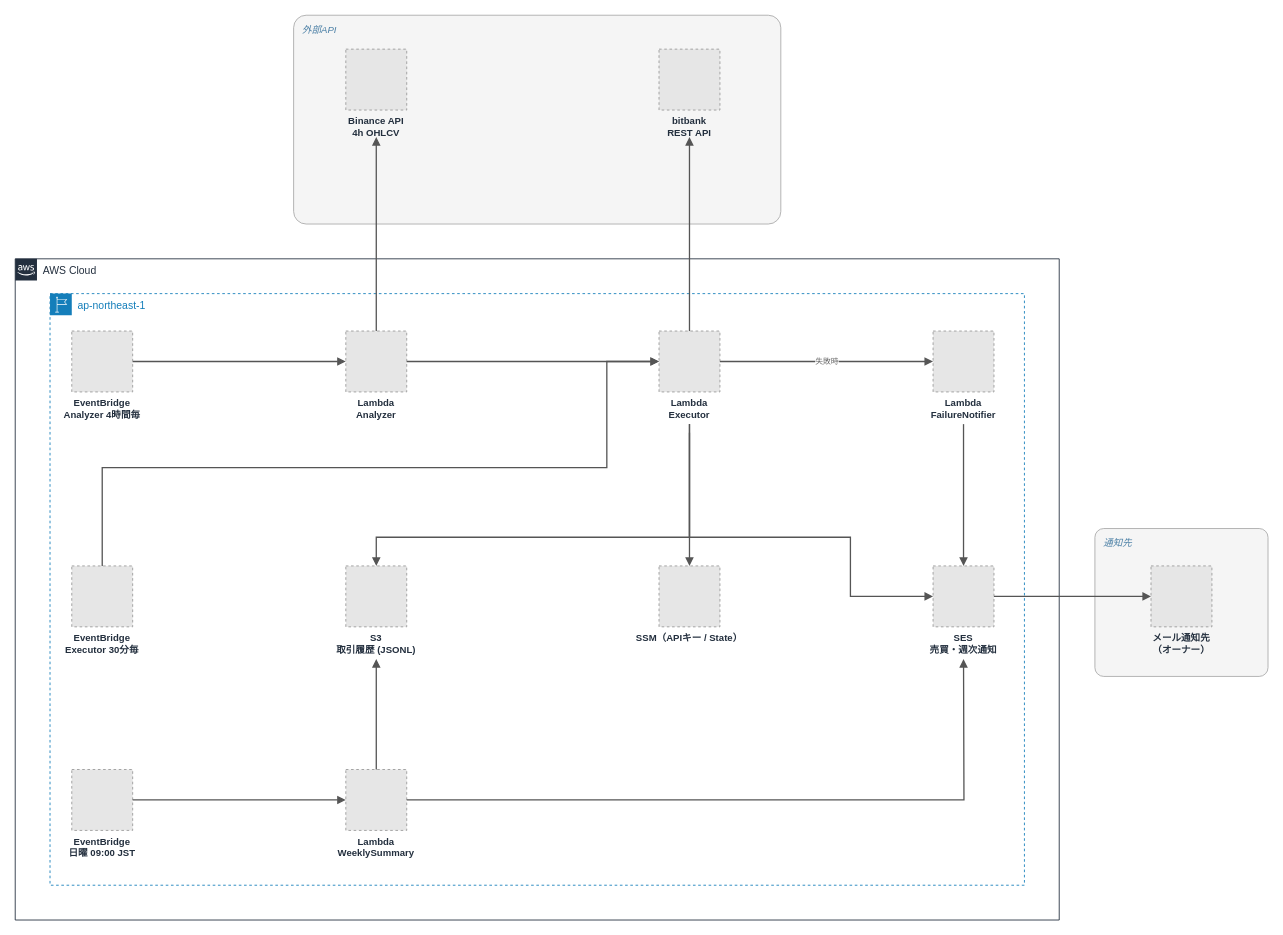
Earlier version of the draw.io diagram 006_zer0-cryptobot/images/006_architecture.drawio (Zer0-1179/Zer0-public). Source tidied: cells renumbered, new cells numbered last; positions are measured from the earlier drawing's top-left corner, leaving out a move shared by most shapes. Both pictures are drawn from the tidied source at 87%, with x=0, y=0 at pixel (15, 15). Pictures stored in the file or linked from it are replaced by grey dashed boxes.
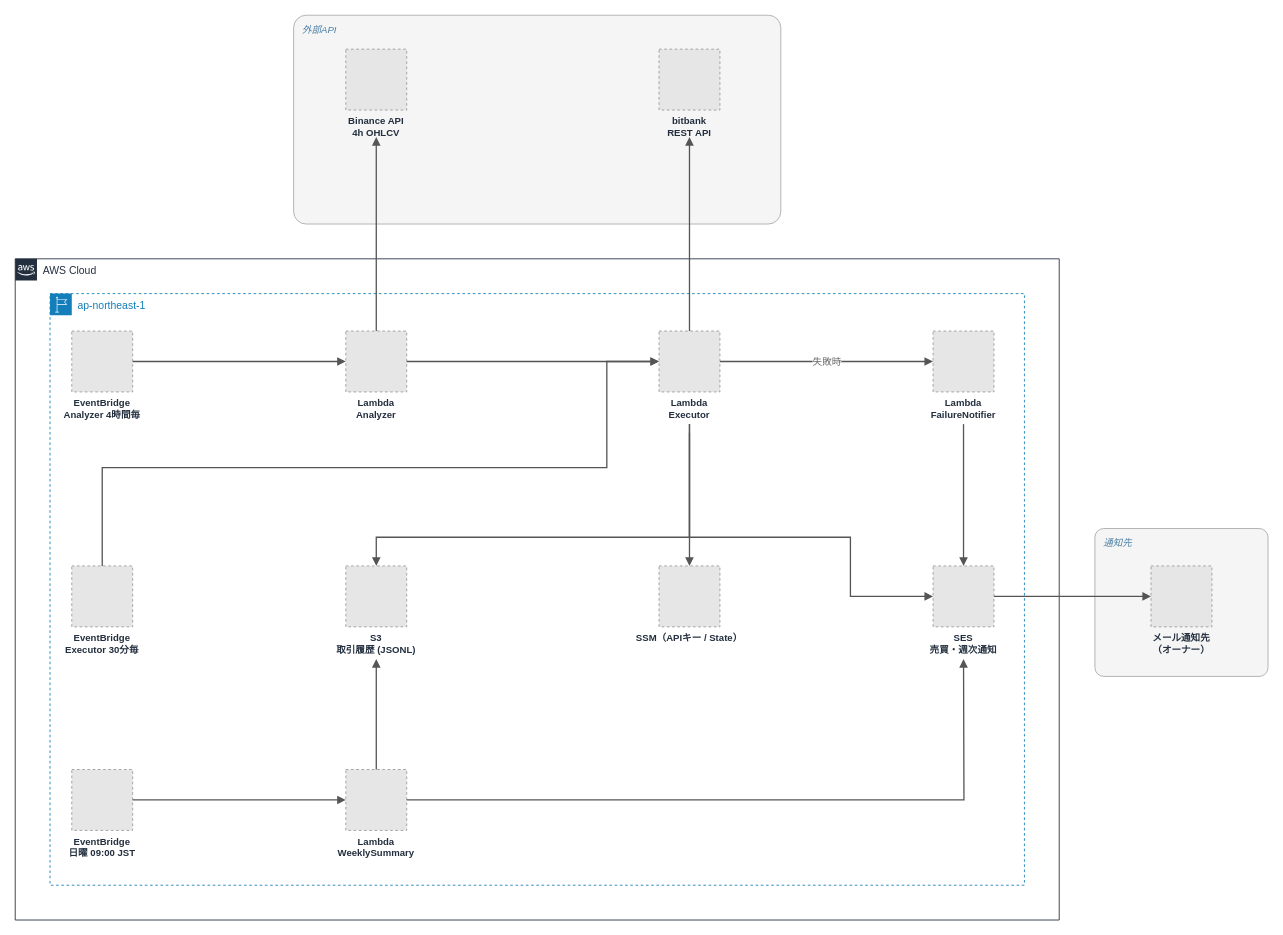
The same page after the edit.

The change refers to these unchanged cells:
```xml
<mxCell id="15" value="Lambda&#10;Executor" style="fillColor=#E6E6E6;strokeColor=#999999;dashed=1;verticalLabelPosition=bottom;verticalAlign=top;labelBackgroundColor=none;fontSize=11;fontStyle=1;fontColor=#232F3E;" parent="1" vertex="1">
  <mxGeometry x="740" y="363" width="70" height="70" as="geometry" />
</mxCell>
<mxCell id="16" value="Lambda&#10;FailureNotifier" style="fillColor=#E6E6E6;strokeColor=#999999;dashed=1;verticalLabelPosition=bottom;verticalAlign=top;labelBackgroundColor=none;fontSize=11;fontStyle=1;fontColor=#232F3E;" parent="1" vertex="1">
  <mxGeometry x="1055" y="363" width="70" height="70" as="geometry" />
</mxCell>
```

The edit, as a diff of the source:
```diff
@@
-    <mxCell id="26" value="失敗時" style="endArrow=block;html=1;rounded=0;edgeStyle=none;strokeColor=#555555;strokeWidth=1.5;fontSize=9;fontColor=#666666;labelBackgroundColor=#FFFFFF;" parent="1" edge="1" source="15" target="16">
+    <mxCell id="26" value="&lt;font style=&quot;font-size: 11px;&quot;&gt;失敗時&lt;/font&gt;" style="endArrow=block;html=1;rounded=0;edgeStyle=none;strokeColor=#555555;strokeWidth=1.5;fontSize=9;fontColor=#666666;labelBackgroundColor=#FFFFFF;" parent="1" edge="1" source="15" target="16">
       <mxGeometry relative="1" as="geometry" />
     </mxCell>
```
